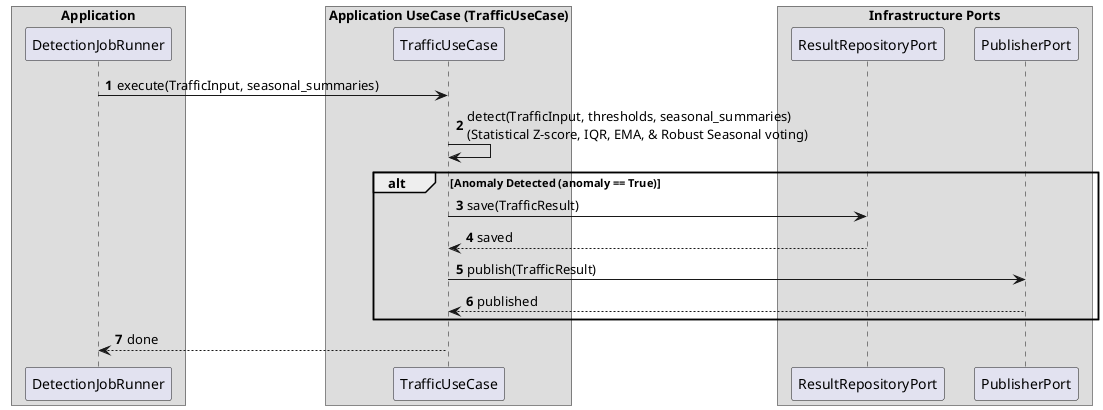
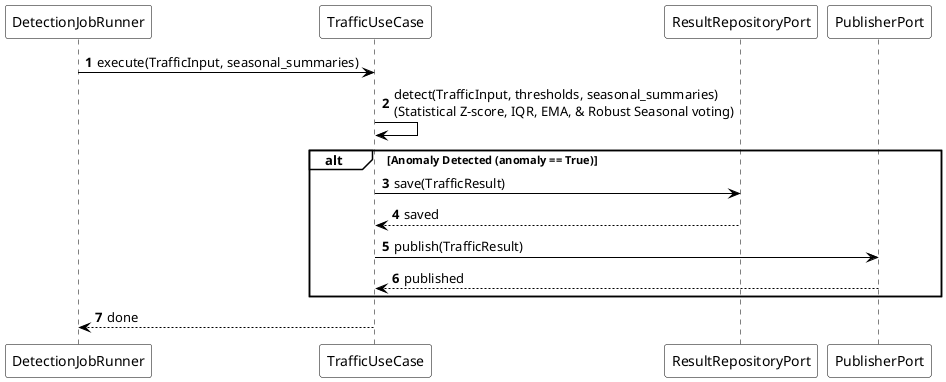
@startuml sequence-traffic-spike-uc1
autonumber
- skinparam BoxPadding 10
- skinparam ParticipantPadding 10
+ <style>
+ root {
+   BackgroundColor white
+   LineColor black
+   FontColor black
+ }
+ sequenceDiagram {
+   participant {
+     Padding 10
+   }
+ }
+ </style>

- box "Application"
participant "DetectionJobRunner" as Runner
- end box
- 
- box "Application UseCase (TrafficUseCase)"
participant "TrafficUseCase" as UseCase
- end box
- 
- box "Infrastructure Ports"
participant "ResultRepositoryPort" as ResultRepo
participant "PublisherPort" as Publisher
- end box

Runner -> UseCase : execute(TrafficInput, seasonal_summaries)
UseCase -> UseCase : detect(TrafficInput, thresholds, seasonal_summaries)\n(Statistical Z-score, IQR, EMA, & Robust Seasonal voting)

alt Anomaly Detected (anomaly == True)
    UseCase -> ResultRepo : save(TrafficResult)
    ResultRepo --> UseCase : saved
    UseCase -> Publisher : publish(TrafficResult)
    Publisher --> UseCase : published
end
UseCase --> Runner : done

@enduml
